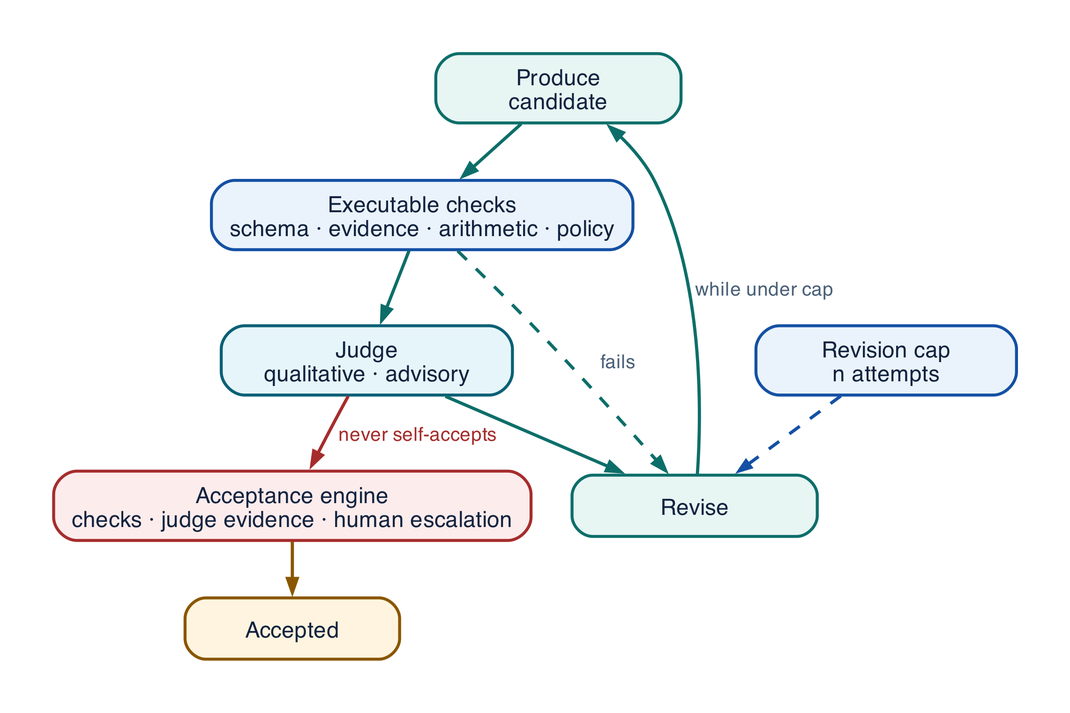
This is assets/diagrams/pattern-reflection.png from rrahimi-uci/building-enterprise-general-intelligence, a Graphviz export, as it was before one commit. Its source is kept beside it as assets/diagrams/src/pattern-reflection.gv.
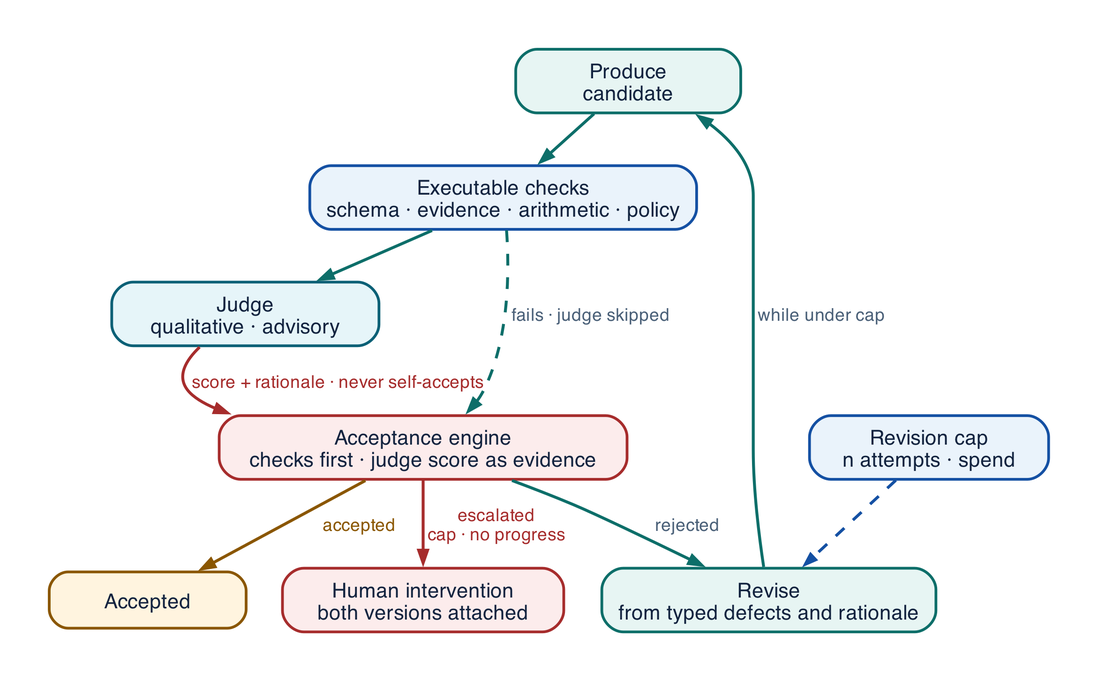
Later version of the same file.

Commit message:
Fix effect-key reuse, acceptance thresholds, and spend cap in the examples

The edit, as a diff of the source:
```diff
@@ -9,16 +9,21 @@
   chk [label="Executable checks\nschema · evidence · arithmetic · policy", fillcolor="#EAF3FB",
        color="#1450A3", width=2.6]
   ev  [label="Judge\nqualitative · advisory", fillcolor="#E6F5F9", color="#0B6076", width=1.9]
-  rev [label="Revise", fillcolor="#E7F5F3", color="#0D6E69"]
-  cap [label="Revision cap\nn attempts", fillcolor="#EAF3FB", color="#1450A3", width=1.7]
-  gate [label="Acceptance engine\nchecks · judge evidence · human escalation", fillcolor="#FCECEC",
+  gate [label="Acceptance engine\nchecks first · judge score as evidence", fillcolor="#FCECEC",
         color="#A62C2C", width=2.9]
+  rev [label="Revise\nfrom typed defects and rationale", fillcolor="#E7F5F3", color="#0D6E69", width=2.1]
+  cap [label="Revision cap\nn attempts · spend", fillcolor="#EAF3FB", color="#1450A3", width=1.7]
   out [label="Accepted", fillcolor="#FFF4DF", color="#8A5600", width=1.4]
+  hum [label="Human intervention\nboth versions attached", fillcolor="#FCECEC", color="#A62C2C", width=2.0]
 
-  pro -> chk -> ev -> rev
-  chk -> rev [label=" fails", fontsize=9, fontcolor="#4A6078", style=dashed]
+  pro -> chk -> ev
+  chk -> gate [label=" fails · judge skipped", fontsize=9, fontcolor="#4A6078", style=dashed]
+  ev -> gate [color="#A62C2C", label=" score + rationale · never self-accepts", fontsize=9, fontcolor="#A62C2C"]
+  gate -> out [color="#8A5600", label=" accepted", fontsize=9, fontcolor="#8A5600"]
+  gate -> rev [label=" rejected", fontsize=9, fontcolor="#4A6078"]
+  gate -> hum [color="#A62C2C", label=" escalated\n cap · no progress", fontsize=9, fontcolor="#A62C2C"]
   rev -> pro [label=" while under cap", fontsize=9, fontcolor="#4A6078"]
   cap -> rev [color="#1450A3", style=dashed, arrowsize=0.55]
-  ev -> gate [color="#A62C2C", label=" never self-accepts", fontsize=9, fontcolor="#A62C2C"]
-  gate -> out [color="#8A5600"]
+
+  { rank = same; out; rev; hum }
 }
```
